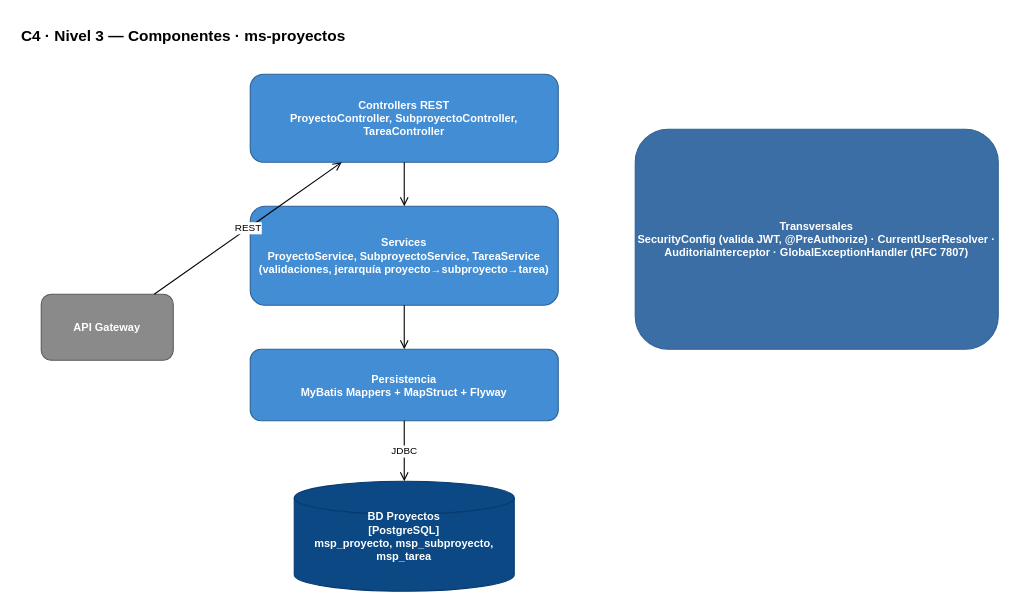
This is page "6. Comp · ms-proyectos" (6 of 7) of Docs/C4_Model/SPSRT_C4.drawio from tfm-missi-2026/orquestacion, a draw.io file, before an edit. Source tidied: cells renumbered, new cells numbered last; positions are measured from the earlier drawing's top-left corner, leaving out a move shared by most shapes. Both pictures are drawn from the tidied source at 110%, with x=0, y=0 at pixel (19, 19).
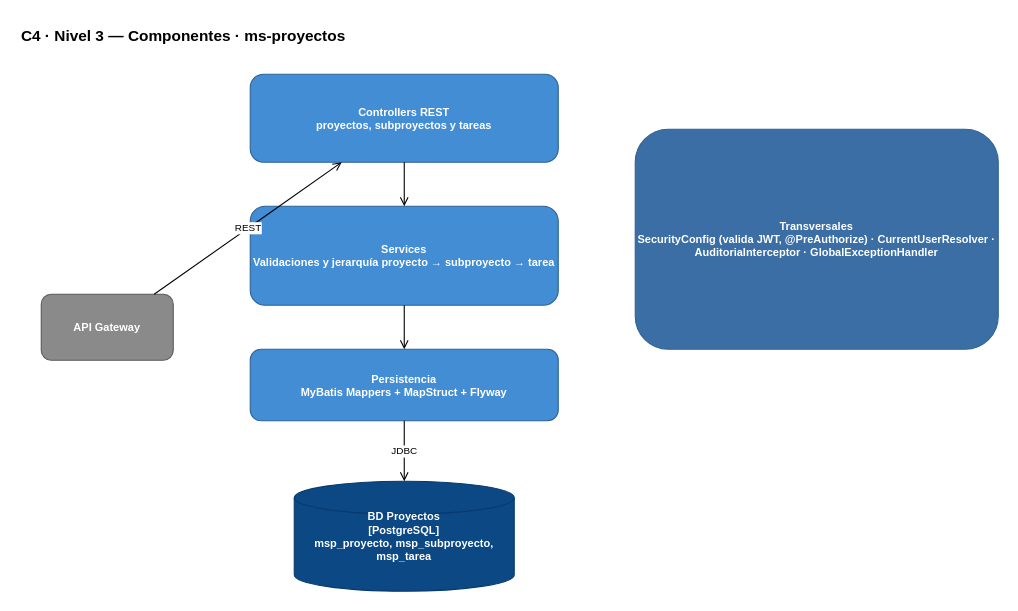
Above is the later version.

The edit, as a diff of the source:
```diff
@@
 <mxGraphModel>
   <root>
     <mxCell id="0" />
     <mxCell id="1" parent="0" />
     <mxCell id="2" value="C4 · Nivel 3 — Componentes · ms-proyectos" style="text;html=1;strokeColor=none;fillColor=none;align=left;fontStyle=1;fontSize=14;" parent="1" vertex="1">
       <mxGeometry width="500" height="24" as="geometry" />
     </mxCell>
     <mxCell id="3" value="API Gateway" style="rounded=1;whiteSpace=wrap;html=1;fillColor=#8A8A8A;strokeColor=#5A5A5A;fontColor=#FFFFFF;fontStyle=1;fontSize=10;" parent="1" vertex="1">
       <mxGeometry x="20" y="250" width="120" height="60" as="geometry" />
     </mxCell>
-    <mxCell id="4" value="Controllers REST&lt;br&gt;ProyectoController, SubproyectoController, TareaController" style="rounded=1;whiteSpace=wrap;html=1;fillColor=#438DD5;strokeColor=#2E6295;fontColor=#FFFFFF;fontStyle=1;fontSize=10;" parent="1" vertex="1">
+    <mxCell id="4" value="Controllers REST&lt;br&gt;proyectos, subproyectos y tareas" style="rounded=1;whiteSpace=wrap;html=1;fillColor=#438DD5;strokeColor=#2E6295;fontColor=#FFFFFF;fontStyle=1;fontSize=10;" parent="1" vertex="1">
       <mxGeometry x="210" y="50" width="280" height="80" as="geometry" />
     </mxCell>
-    <mxCell id="5" value="Services&lt;br&gt;ProyectoService, SubproyectoService, TareaService (validaciones, jerarquía proyecto→subproyecto→tarea)" style="rounded=1;whiteSpace=wrap;html=1;fillColor=#438DD5;strokeColor=#2E6295;fontColor=#FFFFFF;fontStyle=1;fontSize=10;" parent="1" vertex="1">
+    <mxCell id="5" value="Services&lt;br&gt;Validaciones y jerarquía proyecto → subproyecto → tarea" style="rounded=1;whiteSpace=wrap;html=1;fillColor=#438DD5;strokeColor=#2E6295;fontColor=#FFFFFF;fontStyle=1;fontSize=10;" parent="1" vertex="1">
       <mxGeometry x="210" y="170" width="280" height="90" as="geometry" />
     </mxCell>
     <mxCell id="6" value="Persistencia&lt;br&gt;MyBatis Mappers + MapStruct + Flyway" style="rounded=1;whiteSpace=wrap;html=1;fillColor=#438DD5;strokeColor=#2E6295;fontColor=#FFFFFF;fontStyle=1;fontSize=10;" parent="1" vertex="1">
       <mxGeometry x="210" y="300" width="280" height="65" as="geometry" />
     </mxCell>
-    <mxCell id="7" value="Transversales&lt;br&gt;SecurityConfig (valida JWT, @PreAuthorize) · CurrentUserResolver · AuditoriaInterceptor · GlobalExceptionHandler (RFC 7807)" style="rounded=1;whiteSpace=wrap;html=1;fillColor=#3A6EA5;strokeColor=#2E6295;fontColor=#FFFFFF;fontStyle=1;fontSize=10;" parent="1" vertex="1">
+    <mxCell id="7" value="Transversales&lt;br&gt;SecurityConfig (valida JWT, @PreAuthorize) · CurrentUserResolver · AuditoriaInterceptor · GlobalExceptionHandler" style="rounded=1;whiteSpace=wrap;html=1;fillColor=#3A6EA5;strokeColor=#2E6295;fontColor=#FFFFFF;fontStyle=1;fontSize=10;" parent="1" vertex="1">
       <mxGeometry x="560" y="100" width="330" height="200" as="geometry" />
     </mxCell>
     <mxCell id="8" value="BD Proyectos&lt;br&gt;[PostgreSQL]&lt;br&gt;msp_proyecto, msp_subproyecto, msp_tarea" style="shape=cylinder3;whiteSpace=wrap;html=1;fillColor=#0B4884;strokeColor=#073B6F;fontColor=#FFFFFF;fontStyle=1;fontSize=10;" parent="1" vertex="1">
       <mxGeometry x="250" y="420" width="200" height="100" as="geometry" />
     </mxCell>
     <mxCell id="9" value="REST" style="endArrow=open;html=1;fontSize=9;" parent="1" edge="1" source="3" target="4">
       <mxGeometry relative="1" as="geometry" />
     </mxCell>
     <mxCell id="10" style="endArrow=open;html=1;fontSize=9;" parent="1" edge="1" source="4" target="5">
       <mxGeometry relative="1" as="geometry" />
     </mxCell>
     <mxCell id="11" style="endArrow=open;html=1;fontSize=9;" parent="1" edge="1" source="5" target="6">
       <mxGeometry relative="1" as="geometry" />
     </mxCell>
     <mxCell id="12" value="JDBC" style="endArrow=open;html=1;fontSize=9;" parent="1" edge="1" source="6" target="8">
       <mxGeometry relative="1" as="geometry" />
     </mxCell>
   </root>
 </mxGraphModel>
```
